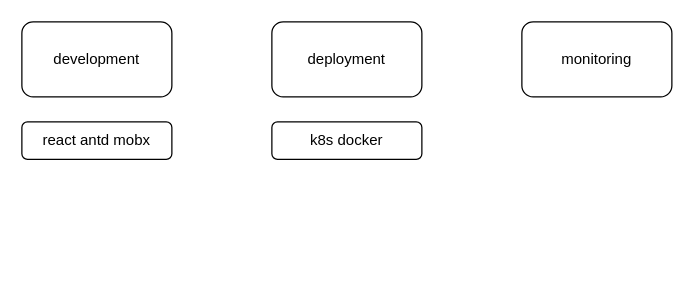
The draw.io diagram 出行项目/weride业务技术栈梳理.drawio in wurh/myDesignDoc, before the edit. Source tidied: cells renumbered, new cells numbered last; positions are measured from the earlier drawing's top-left corner, leaving out a move shared by most shapes. Both pictures are drawn from the tidied source at 125%, with x=0, y=0 at pixel (21, 21).
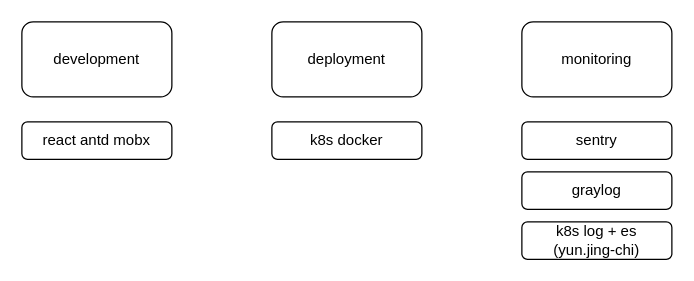
After the change.

Commit message:
Update weride业务技术栈梳理.drawio

Change to the diagram source:
```diff
@@
 <mxGraphModel>
   <root>
     <mxCell id="0" />
     <mxCell id="1" parent="0" />
     <mxCell id="2" value="development" style="rounded=1;whiteSpace=wrap;html=1;" parent="1" vertex="1">
       <mxGeometry width="120" height="60" as="geometry" />
     </mxCell>
     <mxCell id="3" value="deployment" style="rounded=1;whiteSpace=wrap;html=1;" parent="1" vertex="1">
       <mxGeometry x="200" width="120" height="60" as="geometry" />
     </mxCell>
     <mxCell id="4" value="monitoring" style="rounded=1;whiteSpace=wrap;html=1;" parent="1" vertex="1">
       <mxGeometry x="400" width="120" height="60" as="geometry" />
     </mxCell>
     <mxCell id="5" value="react antd mobx" style="rounded=1;whiteSpace=wrap;html=1;" parent="1" vertex="1">
       <mxGeometry y="80" width="120" height="30" as="geometry" />
     </mxCell>
     <mxCell id="6" value="k8s docker" style="rounded=1;whiteSpace=wrap;html=1;" parent="1" vertex="1">
       <mxGeometry x="200" y="80" width="120" height="30" as="geometry" />
     </mxCell>
+    <mxCell id="7" value="sentry" style="rounded=1;whiteSpace=wrap;html=1;" parent="1" vertex="1">
+      <mxGeometry x="400" y="80" width="120" height="30" as="geometry" />
+    </mxCell>
+    <mxCell id="8" value="graylog" style="rounded=1;whiteSpace=wrap;html=1;" parent="1" vertex="1">
+      <mxGeometry x="400" y="120" width="120" height="30" as="geometry" />
+    </mxCell>
+    <mxCell id="9" value="k8s log + es&lt;br&gt;(yun.jing-chi)" style="rounded=1;whiteSpace=wrap;html=1;" parent="1" vertex="1">
+      <mxGeometry x="400" y="160" width="120" height="30" as="geometry" />
+    </mxCell>
   </root>
 </mxGraphModel>
```
